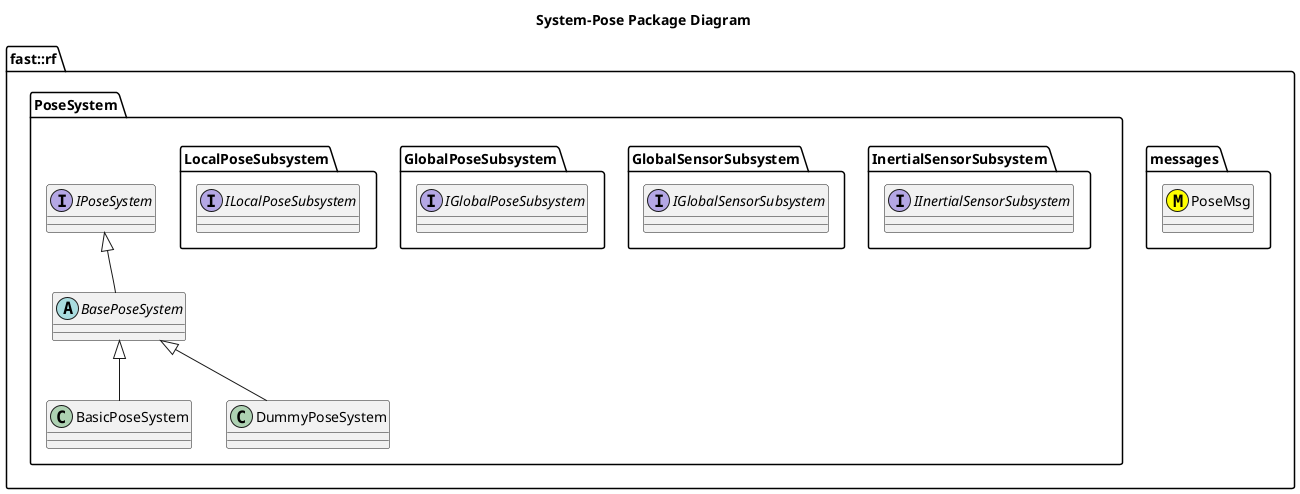
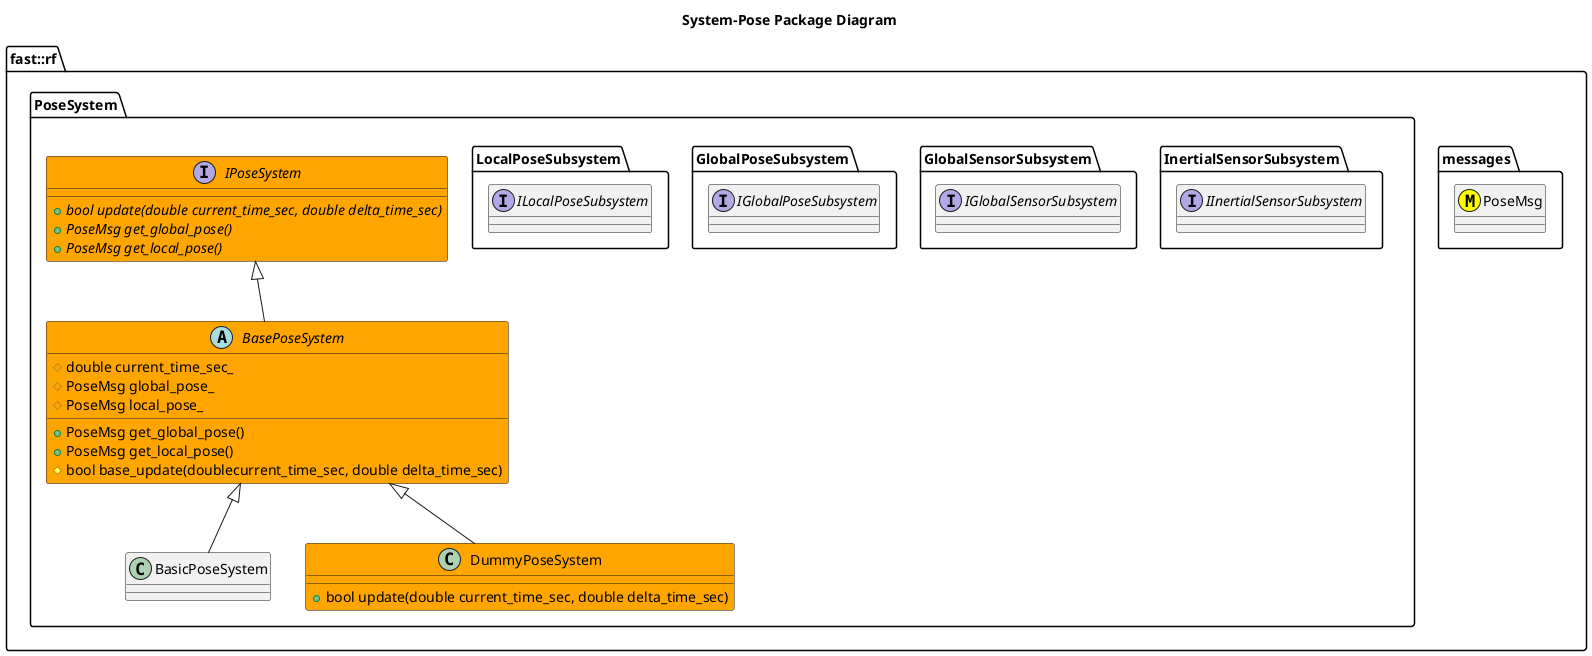
@startuml
title System-Pose Package Diagram

namespace fast::rf {
  namespace messages {
    class PoseMsg <<(M,#FFFF00) >>
  }
  namespace PoseSystem {
    together {
      namespace InertialSensorSubsystem {
        interface IInertialSensorSubsystem

      }
      namespace GlobalSensorSubsystem {
        interface IGlobalSensorSubsystem
      }
      namespace GlobalPoseSubsystem {
        interface IGlobalPoseSubsystem
      }
      namespace LocalPoseSubsystem {
        interface ILocalPoseSubsystem
      }
    }
-     interface IPoseSystem {
+     interface IPoseSystem #Orange {
+       +{abstract} bool update(double current_time_sec, double delta_time_sec)
+       +{abstract} PoseMsg get_global_pose()
+       +{abstract} PoseMsg get_local_pose()
    }
-     abstract BasePoseSystem {
+     abstract BasePoseSystem #Orange {
+       +PoseMsg get_global_pose()
+       +PoseMsg get_local_pose()
+       #bool base_update(doublecurrent_time_sec, double delta_time_sec)
+       #double current_time_sec_
+       #PoseMsg global_pose_
+       #PoseMsg local_pose_
    }
    IPoseSystem <|-- BasePoseSystem
    class BasicPoseSystem {

    }
    BasePoseSystem <|-- BasicPoseSystem
-     class DummyPoseSystem {
- 
+     class DummyPoseSystem #Orange {
+       +bool update(double current_time_sec, double delta_time_sec)
    }
    BasePoseSystem <|-- DummyPoseSystem
  }
}
@enduml